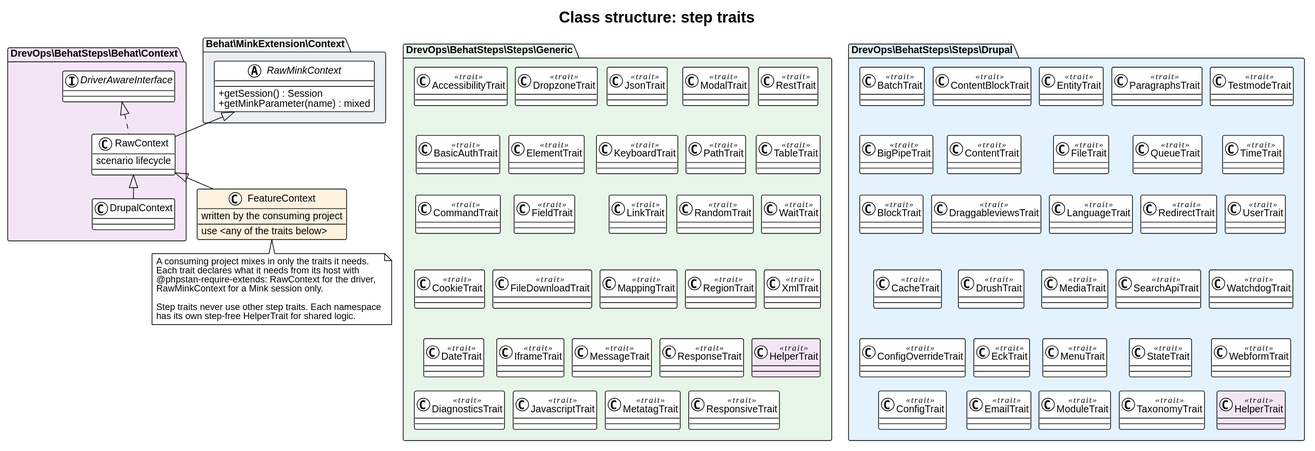
Earlier version of the PlantUML export docs/architecture/class-traits.svg (drevops/behat-steps).
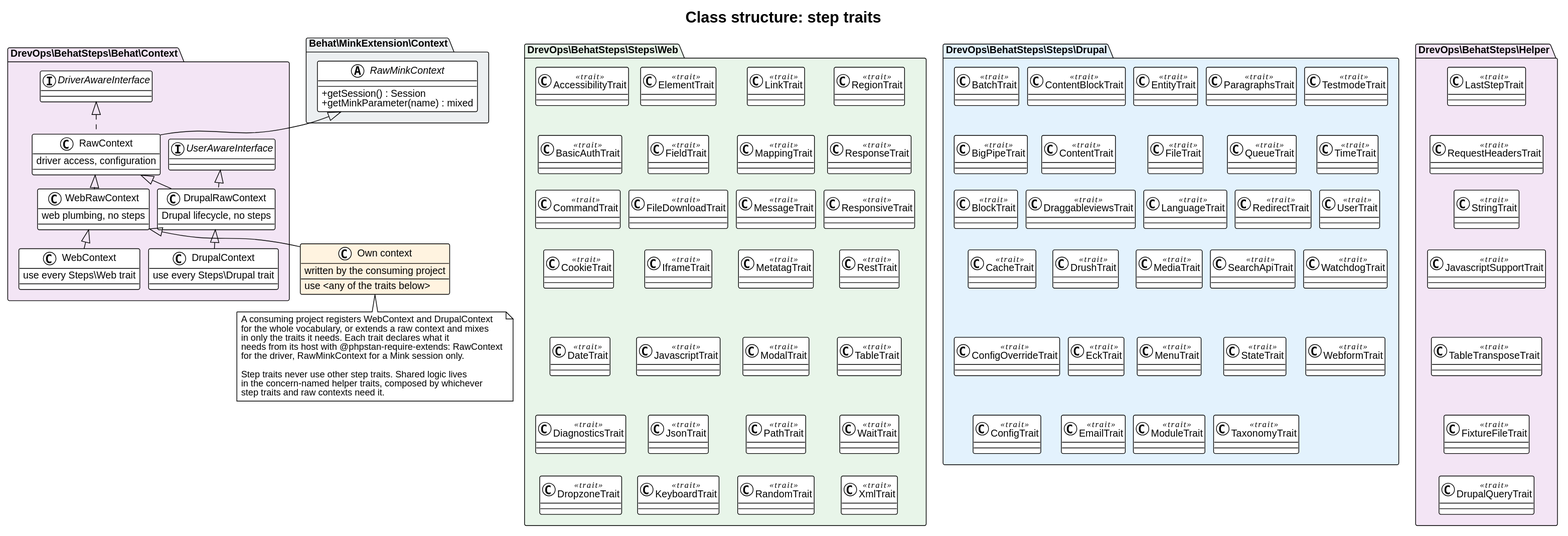
After the change.

Change to the diagram source:
```diff
@@ -17,13 +17,25 @@
 
 package "DrevOps\\BehatSteps\\Behat\\Context" #F3E5F5 {
   interface DriverAwareInterface
+  interface UserAwareInterface
   class RawContext {
-    scenario lifecycle
+    driver access, configuration
   }
-  class DrupalContext
+  class WebRawContext {
+    web plumbing, no steps
+  }
+  class DrupalRawContext {
+    Drupal lifecycle, no steps
+  }
+  class WebContext {
+    use every Steps\\Web trait
+  }
+  class DrupalContext {
+    use every Steps\\Drupal trait
+  }
 }
 
-class FeatureContext #FFF3E0 {
+class "Own context" as Consumer #FFF3E0 {
   written by the consuming project
   --
   use <any of the traits below>
@@ -31,40 +43,41 @@
 
 RawMinkContext <|-- RawContext
 DriverAwareInterface <|.. RawContext
-RawContext <|-- DrupalContext
-RawContext <|-- FeatureContext
+UserAwareInterface <|.. DrupalRawContext
+RawContext <|-- WebRawContext
+RawContext <|-- DrupalRawContext
+WebRawContext <|-- WebContext
+DrupalRawContext <|-- DrupalContext
+WebRawContext <|-- Consumer
 
-package "DrevOps\\BehatSteps\\Steps\\Generic" #E8F5E9 {
-  class HelperTrait <<trait>> #F3E5F5
-
+package "DrevOps\\BehatSteps\\Steps\\Web" #E8F5E9 {
   class AccessibilityTrait <<trait>>
   class BasicAuthTrait <<trait>>
   class CommandTrait <<trait>>
   class CookieTrait <<trait>>
   class DateTrait <<trait>>
   class DiagnosticsTrait <<trait>>
+  class DropzoneTrait <<trait>>
 
-  class DropzoneTrait <<trait>>
   class ElementTrait <<trait>>
   class FieldTrait <<trait>>
   class FileDownloadTrait <<trait>>
   class IframeTrait <<trait>>
   class JavascriptTrait <<trait>>
-
   class JsonTrait <<trait>>
   class KeyboardTrait <<trait>>
+
   class LinkTrait <<trait>>
   class MappingTrait <<trait>>
   class MessageTrait <<trait>>
   class MetatagTrait <<trait>>
-
   class ModalTrait <<trait>>
   class PathTrait <<trait>>
   class RandomTrait <<trait>>
+
   class RegionTrait <<trait>>
   class ResponseTrait <<trait>>
   class ResponsiveTrait <<trait>>
-
   class RestTrait <<trait>>
   class TableTrait <<trait>>
   class WaitTrait <<trait>>
@@ -75,34 +88,31 @@
   CommandTrait -[hidden]down- CookieTrait
   CookieTrait -[hidden]down- DateTrait
   DateTrait -[hidden]down- DiagnosticsTrait
+  DiagnosticsTrait -[hidden]down- DropzoneTrait
 
-  DropzoneTrait -[hidden]down- ElementTrait
   ElementTrait -[hidden]down- FieldTrait
   FieldTrait -[hidden]down- FileDownloadTrait
   FileDownloadTrait -[hidden]down- IframeTrait
   IframeTrait -[hidden]down- JavascriptTrait
+  JavascriptTrait -[hidden]down- JsonTrait
+  JsonTrait -[hidden]down- KeyboardTrait
 
-  JsonTrait -[hidden]down- KeyboardTrait
-  KeyboardTrait -[hidden]down- LinkTrait
   LinkTrait -[hidden]down- MappingTrait
   MappingTrait -[hidden]down- MessageTrait
   MessageTrait -[hidden]down- MetatagTrait
-
+  MetatagTrait -[hidden]down- ModalTrait
   ModalTrait -[hidden]down- PathTrait
   PathTrait -[hidden]down- RandomTrait
-  RandomTrait -[hidden]down- RegionTrait
+
   RegionTrait -[hidden]down- ResponseTrait
   ResponseTrait -[hidden]down- ResponsiveTrait
-
+  ResponsiveTrait -[hidden]down- RestTrait
   RestTrait -[hidden]down- TableTrait
   TableTrait -[hidden]down- WaitTrait
   WaitTrait -[hidden]down- XmlTrait
-  XmlTrait -[hidden]down- HelperTrait
 }
 
 package "DrevOps\\BehatSteps\\Steps\\Drupal" #E3F2FD {
-  class "HelperTrait" as DrupalHelperTrait <<trait>> #F3E5F5
-
   class BatchTrait <<trait>>
   class BigPipeTrait <<trait>>
   class BlockTrait <<trait>>
@@ -165,16 +175,34 @@
   TimeTrait -[hidden]down- UserTrait
   UserTrait -[hidden]down- WatchdogTrait
   WatchdogTrait -[hidden]down- WebformTrait
-  WebformTrait -[hidden]down- DrupalHelperTrait
 }
 
-note bottom of FeatureContext
-  A consuming project mixes in only the traits it needs.
-  Each trait declares what it needs from its host with
-  @phpstan-require-extends: RawContext for the driver,
-  RawMinkContext for a Mink session only.
+package "DrevOps\\BehatSteps\\Helper" #F3E5F5 {
+  class LastStepTrait <<trait>>
+  class RequestHeadersTrait <<trait>>
+  class StringTrait <<trait>>
+  class JavascriptSupportTrait <<trait>>
+  class TableTransposeTrait <<trait>>
+  class FixtureFileTrait <<trait>>
+  class DrupalQueryTrait <<trait>>
 
-  Step traits never use other step traits. Each namespace
-  has its own step-free HelperTrait for shared logic.
+  LastStepTrait -[hidden]down- RequestHeadersTrait
+  RequestHeadersTrait -[hidden]down- StringTrait
+  StringTrait -[hidden]down- JavascriptSupportTrait
+  JavascriptSupportTrait -[hidden]down- TableTransposeTrait
+  TableTransposeTrait -[hidden]down- FixtureFileTrait
+  FixtureFileTrait -[hidden]down- DrupalQueryTrait
+}
+
+note bottom of Consumer
+  A consuming project registers WebContext and DrupalContext
+  for the whole vocabulary, or extends a raw context and mixes
+  in only the traits it needs. Each trait declares what it
+  needs from its host with @phpstan-require-extends: RawContext
+  for the driver, RawMinkContext for a Mink session only.
+
+  Step traits never use other step traits. Shared logic lives
+  in the concern-named helper traits, composed by whichever
+  step traits and raw contexts need it.
 end note
 @enduml
```
